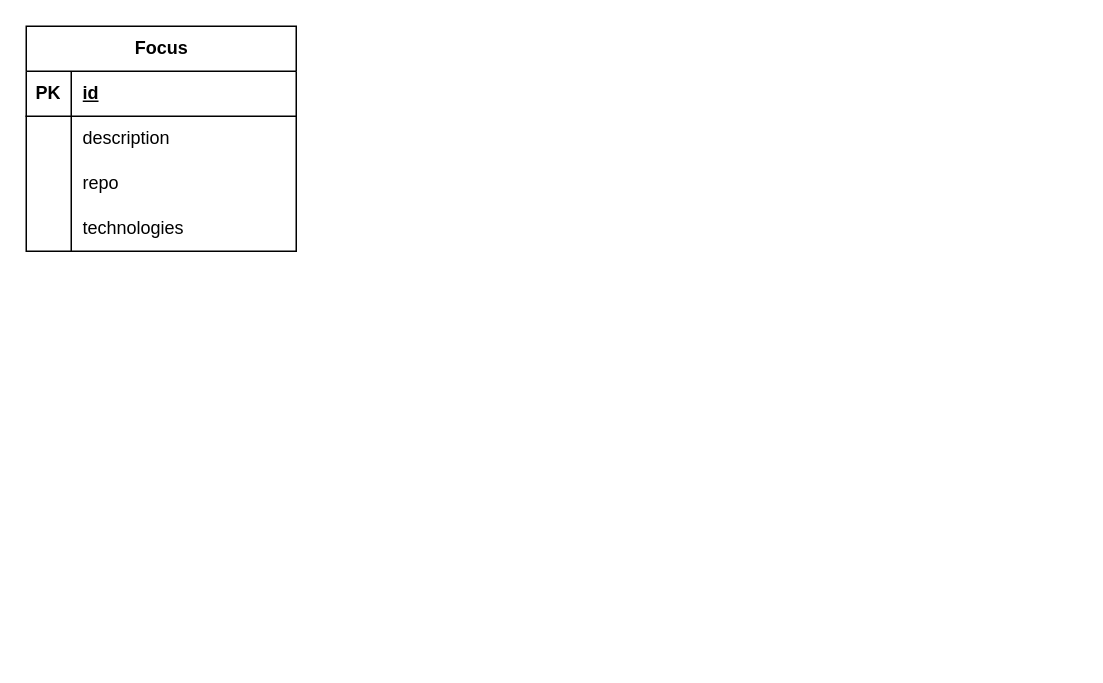
Earlier version of the draw.io diagram Docs/physical-erd-v1.drawio (lyzboy/lyz-game-space). Source tidied: cells renumbered, new cells numbered last; positions are measured from the earlier drawing's top-left corner, leaving out a move shared by most shapes. Both pictures are drawn from the tidied source at 150%, with x=0, y=0 at pixel (26, 26).
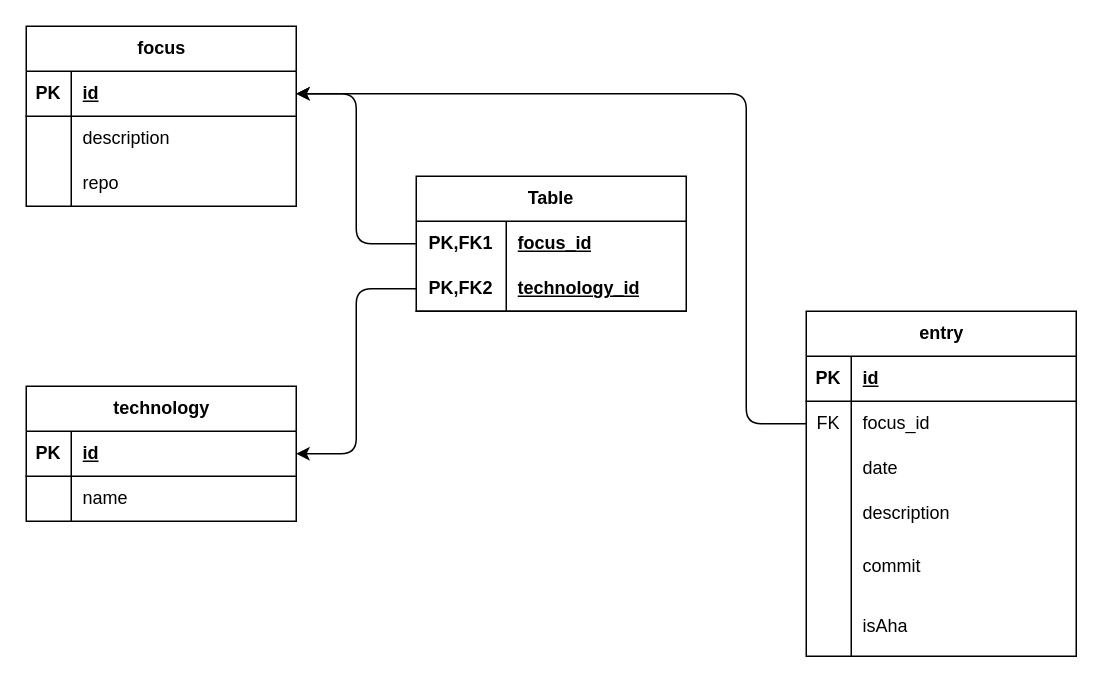
Above is the later version.

Commit message:
Update the physical ERD

Unchanged cells that the change refers to:
```xml
<mxCell id="3" style="shape=tableRow;horizontal=0;startSize=0;swimlaneHead=0;swimlaneBody=0;fillColor=none;points=[[0,0.5],[1,0.5]];portConstraint=eastwest;top=0;left=0;right=0;bottom=1;" parent="2" vertex="1">
  <mxGeometry y="30" width="180" height="30" as="geometry" />
</mxCell>
```

What changed in the source:
```diff
@@
-    <mxCell id="2" value="Focus" style="shape=table;startSize=30;childLayout=tableLayout;rowLines=0;fontStyle=1;align=center;html=1;" parent="1" vertex="1">
-      <mxGeometry width="180" height="150" as="geometry" />
+    <mxCell id="2" value="focus" style="shape=table;startSize=30;childLayout=tableLayout;rowLines=0;fontStyle=1;align=center;html=1;" parent="1" vertex="1">
+      <mxGeometry width="180" height="120" as="geometry" />
     </mxCell>
@@
+    <mxCell id="15" value="technology" style="shape=table;startSize=30;childLayout=tableLayout;rowLines=0;fontStyle=1;align=center;html=1;" parent="1" vertex="1">
+      <mxGeometry y="240" width="180" height="90" as="geometry" />
+    </mxCell>
+    <mxCell id="16" style="shape=tableRow;horizontal=0;startSize=0;swimlaneHead=0;swimlaneBody=0;fillColor=none;points=[[0,0.5],[1,0.5]];portConstraint=eastwest;top=0;left=0;right=0;bottom=1;" parent="15" vertex="1">
+      <mxGeometry y="30" width="180" height="30" as="geometry" />
+    </mxCell>
+    <mxCell id="17" value="PK" style="shape=partialRectangle;fillColor=none;top=0;left=0;bottom=0;right=0;fontStyle=1;overflow=hidden;whiteSpace=wrap;html=1;" parent="16" vertex="1">
+      <mxGeometry width="30" height="30" as="geometry" />
+    </mxCell>
+    <mxCell id="18" value="id" style="shape=partialRectangle;fillColor=none;top=0;left=0;bottom=0;right=0;align=left;spacingLeft=6;fontStyle=5;overflow=hidden;whiteSpace=wrap;html=1;" parent="16" vertex="1">
+      <mxGeometry x="30" width="150" height="30" as="geometry" />
+    </mxCell>
+    <mxCell id="19" style="shape=tableRow;horizontal=0;startSize=0;swimlaneHead=0;swimlaneBody=0;fillColor=none;top=0;left=0;right=0;bottom=0;" parent="15" vertex="1">
+      <mxGeometry y="60" width="180" height="30" as="geometry" />
+    </mxCell>
+    <mxCell id="20" style="shape=partialRectangle;fillColor=none;top=0;left=0;bottom=0;right=0;overflow=hidden;whiteSpace=wrap;html=1;" parent="19" vertex="1">
+      <mxGeometry width="30" height="30" as="geometry" />
+    </mxCell>
+    <mxCell id="21" value="name" style="shape=partialRectangle;fillColor=none;top=0;left=0;bottom=0;right=0;align=left;spacingLeft=6;overflow=hidden;whiteSpace=wrap;html=1;" parent="19" vertex="1">
+      <mxGeometry x="30" width="150" height="30" as="geometry" />
+    </mxCell>
+    <mxCell id="22" style="edgeStyle=orthogonalEdgeStyle;html=1;entryX=1;entryY=0.5;entryDx=0;entryDy=0;exitX=0;exitY=0.5;exitDx=0;exitDy=0;" parent="1" edge="1" source="24" target="3">
+      <mxGeometry relative="1" as="geometry" />
+    </mxCell>
+    <mxCell id="23" value="Table" style="shape=table;startSize=30;childLayout=tableLayout;rowLines=0;fontStyle=1;align=center;html=1;whiteSpace=wrap;" parent="1" vertex="1">
+      <mxGeometry x="260" y="100" width="180" height="90" as="geometry" />
+    </mxCell>
+    <mxCell id="24" style="shape=tableRow;horizontal=0;startSize=0;swimlaneHead=0;swimlaneBody=0;fillColor=none;points=[[0,0.5],[1,0.5]];portConstraint=eastwest;top=0;left=0;right=0;bottom=0;html=1;" parent="23" vertex="1">
+      <mxGeometry y="30" width="180" height="30" as="geometry" />
+    </mxCell>
+    <mxCell id="25" value="PK,FK1" style="shape=partialRectangle;fillColor=none;top=0;left=0;bottom=0;right=0;fontStyle=1;overflow=hidden;html=1;whiteSpace=wrap;" parent="24" vertex="1">
+      <mxGeometry width="60" height="30" as="geometry" />
+    </mxCell>
+    <mxCell id="26" value="focus_id" style="shape=partialRectangle;fillColor=none;top=0;left=0;bottom=0;right=0;align=left;spacingLeft=6;fontStyle=5;overflow=hidden;html=1;whiteSpace=wrap;" parent="24" vertex="1">
+      <mxGeometry x="60" width="120" height="30" as="geometry" />
+    </mxCell>
+    <mxCell id="27" style="shape=tableRow;horizontal=0;startSize=0;swimlaneHead=0;swimlaneBody=0;fillColor=none;points=[[0,0.5],[1,0.5]];portConstraint=eastwest;top=0;left=0;right=0;bottom=1;html=1;" parent="23" vertex="1">
+      <mxGeometry y="60" width="180" height="30" as="geometry" />
+    </mxCell>
+    <mxCell id="28" value="PK,FK2" style="shape=partialRectangle;fillColor=none;top=0;left=0;bottom=0;right=0;fontStyle=1;overflow=hidden;html=1;whiteSpace=wrap;" parent="27" vertex="1">
+      <mxGeometry width="60" height="30" as="geometry" />
+    </mxCell>
+    <mxCell id="29" value="technology_id" style="shape=partialRectangle;fillColor=none;top=0;left=0;bottom=0;right=0;align=left;spacingLeft=6;fontStyle=5;overflow=hidden;html=1;whiteSpace=wrap;" parent="27" vertex="1">
+      <mxGeometry x="60" width="120" height="30" as="geometry" />
+    </mxCell>
+    <mxCell id="30" style="edgeStyle=orthogonalEdgeStyle;html=1;entryX=1;entryY=0.5;entryDx=0;entryDy=0;" parent="1" edge="1" source="27" target="16">
+      <mxGeometry relative="1" as="geometry" />
+    </mxCell>
+    <mxCell id="31" value="entry" style="shape=table;startSize=30;childLayout=tableLayout;rowLines=0;fontStyle=1;align=center;html=1;" parent="1" vertex="1">
+      <mxGeometry x="520" y="190" width="180" height="230" as="geometry" />
+    </mxCell>
+    <mxCell id="32" style="shape=tableRow;horizontal=0;startSize=0;swimlaneHead=0;swimlaneBody=0;fillColor=none;top=0;left=0;right=0;bottom=1;" parent="31" vertex="1">
+      <mxGeometry y="30" width="180" height="30" as="geometry" />
+    </mxCell>
+    <mxCell id="33" value="PK" style="shape=partialRectangle;fillColor=none;top=0;left=0;bottom=0;right=0;fontStyle=1;overflow=hidden;whiteSpace=wrap;html=1;" parent="32" vertex="1">
+      <mxGeometry width="30" height="30" as="geometry" />
+    </mxCell>
+    <mxCell id="34" value="id" style="shape=partialRectangle;fillColor=none;top=0;left=0;bottom=0;right=0;align=left;spacingLeft=6;fontStyle=5;overflow=hidden;whiteSpace=wrap;html=1;" parent="32" vertex="1">
+      <mxGeometry x="30" width="150" height="30" as="geometry" />
+    </mxCell>
+    <mxCell id="35" style="shape=tableRow;horizontal=0;startSize=0;swimlaneHead=0;swimlaneBody=0;fillColor=none;points=[[0,0.5],[1,0.5]];portConstraint=eastwest;top=0;left=0;right=0;bottom=0;" parent="31" vertex="1">
+      <mxGeometry y="60" width="180" height="30" as="geometry" />
+    </mxCell>
+    <mxCell id="36" value="FK" style="shape=partialRectangle;fillColor=none;top=0;left=0;bottom=0;right=0;overflow=hidden;whiteSpace=wrap;html=1;" parent="35" vertex="1">
+      <mxGeometry width="30" height="30" as="geometry" />
+    </mxCell>
+    <mxCell id="37" value="focus_id" style="shape=partialRectangle;fillColor=none;top=0;left=0;bottom=0;right=0;align=left;spacingLeft=6;overflow=hidden;whiteSpace=wrap;html=1;" parent="35" vertex="1">
+      <mxGeometry x="30" width="150" height="30" as="geometry" />
+    </mxCell>
+    <mxCell id="38" style="shape=tableRow;horizontal=0;startSize=0;swimlaneHead=0;swimlaneBody=0;fillColor=none;top=0;left=0;right=0;bottom=0;" parent="31" vertex="1">
+      <mxGeometry y="90" width="180" height="30" as="geometry" />
+    </mxCell>
+    <mxCell id="39" style="shape=partialRectangle;fillColor=none;top=0;left=0;bottom=0;right=0;overflow=hidden;whiteSpace=wrap;html=1;" parent="38" vertex="1">
+      <mxGeometry width="30" height="30" as="geometry" />
+    </mxCell>
+    <mxCell id="40" value="date" style="shape=partialRectangle;fillColor=none;top=0;left=0;bottom=0;right=0;align=left;spacingLeft=6;overflow=hidden;whiteSpace=wrap;html=1;" parent="38" vertex="1">
+      <mxGeometry x="30" width="150" height="30" as="geometry" />
+    </mxCell>
-    <mxCell id="12" style="shape=tableRow;horizontal=0;startSize=0;swimlaneHead=0;swimlaneBody=0;fillColor=none;top=0;left=0;right=0;bottom=0;" parent="2" vertex="1">
+    <mxCell id="12" style="shape=tableRow;horizontal=0;startSize=0;swimlaneHead=0;swimlaneBody=0;fillColor=none;top=0;left=0;right=0;bottom=0;" parent="31" vertex="1">
       <mxGeometry y="120" width="180" height="30" as="geometry" />
     </mxCell>
-    <mxCell id="13" style="shape=partialRectangle;fillColor=none;top=0;left=0;bottom=0;right=0;overflow=hidden;whiteSpace=wrap;html=1;" parent="12" vertex="1">
-      <mxGeometry width="30" height="30" as="geometry" />
-    </mxCell>
-    <mxCell id="14" value="technologies" style="shape=partialRectangle;fillColor=none;top=0;left=0;bottom=0;right=0;align=left;spacingLeft=6;overflow=hidden;whiteSpace=wrap;html=1;" parent="12" vertex="1">
-      <mxGeometry x="30" width="150" height="30" as="geometry" />
-    </mxCell>
+    <mxCell id="41" style="shape=partialRectangle;fillColor=none;top=0;left=0;bottom=0;right=0;overflow=hidden;whiteSpace=wrap;html=1;" parent="12" vertex="1">
+      <mxGeometry width="30" height="30" as="geometry" />
+    </mxCell>
+    <mxCell id="42" value="description" style="shape=partialRectangle;fillColor=none;top=0;left=0;bottom=0;right=0;align=left;spacingLeft=6;overflow=hidden;whiteSpace=wrap;html=1;" parent="12" vertex="1">
+      <mxGeometry x="30" width="150" height="30" as="geometry" />
+    </mxCell>
+    <mxCell id="43" style="shape=tableRow;horizontal=0;startSize=0;swimlaneHead=0;swimlaneBody=0;fillColor=none;top=0;left=0;right=0;bottom=0;" parent="31" vertex="1">
+      <mxGeometry y="150" width="180" height="40" as="geometry" />
+    </mxCell>
+    <mxCell id="44" style="shape=partialRectangle;fillColor=none;top=0;left=0;bottom=0;right=0;overflow=hidden;whiteSpace=wrap;html=1;" parent="43" vertex="1">
+      <mxGeometry width="30" height="40" as="geometry" />
+    </mxCell>
+    <mxCell id="45" value="commit" style="shape=partialRectangle;fillColor=none;top=0;left=0;bottom=0;right=0;align=left;spacingLeft=6;overflow=hidden;whiteSpace=wrap;html=1;" parent="43" vertex="1">
+      <mxGeometry x="30" width="150" height="40" as="geometry" />
+    </mxCell>
+    <mxCell id="46" style="shape=tableRow;horizontal=0;startSize=0;swimlaneHead=0;swimlaneBody=0;fillColor=none;top=0;left=0;right=0;bottom=0;" parent="31" vertex="1">
+      <mxGeometry y="190" width="180" height="40" as="geometry" />
+    </mxCell>
+    <mxCell id="47" style="shape=partialRectangle;fillColor=none;top=0;left=0;bottom=0;right=0;overflow=hidden;whiteSpace=wrap;html=1;" parent="46" vertex="1">
+      <mxGeometry width="30" height="40" as="geometry" />
+    </mxCell>
+    <mxCell id="48" value="isAha" style="shape=partialRectangle;fillColor=none;top=0;left=0;bottom=0;right=0;align=left;spacingLeft=6;overflow=hidden;whiteSpace=wrap;html=1;" parent="46" vertex="1">
+      <mxGeometry x="30" width="150" height="40" as="geometry" />
+    </mxCell>
+    <mxCell id="49" style="edgeStyle=orthogonalEdgeStyle;html=1;entryX=1;entryY=0.5;entryDx=0;entryDy=0;" parent="1" edge="1" source="35" target="3">
+      <mxGeometry relative="1" as="geometry">
+        <Array as="points">
+          <mxPoint x="480" y="265" />
+          <mxPoint x="480" y="45" />
+        </Array>
+      </mxGeometry>
+    </mxCell>
```
